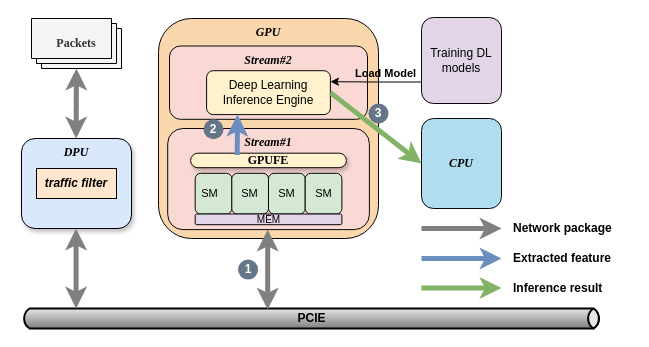
This is GPUpipe.drawio from CHRIS123540/GPU, a draw.io file, before an edit. Source tidied: cells renumbered, new cells numbered last; positions are measured from the earlier drawing's top-left corner, leaving out a move shared by most shapes. Both pictures are drawn from the tidied source at 100%, with x=0, y=0 at pixel (21, 17).
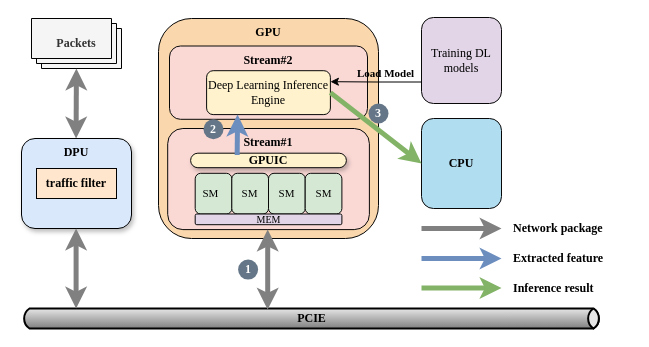
The same diagram, later.

The change refers to these unchanged cells:
```xml
<mxCell id="3" value="Packets" style="verticalLabelPosition=middle;verticalAlign=middle;html=1;shape=mxgraph.basic.layered_rect;dx=10;outlineConnect=0;whiteSpace=wrap;horizontal=1;fontStyle=1;labelPosition=center;align=center;fontFamily=Times New Roman;fillColor=#f5f5f5;fontColor=#333333;strokeColor=#000000;fontSize=12;" parent="2" vertex="1">
  <mxGeometry x="10" y="1" width="90" height="50" as="geometry" />
</mxCell>
```

Change to the diagram source:
```diff
@@
-    <mxCell id="2" style="group;" parent="1" vertex="1">
+    <mxCell id="2" style="group;fontFamily=Times New Roman;fontStyle=0;" parent="1" vertex="1">
       <mxGeometry width="610" height="311" as="geometry" />
     </mxCell>
@@
-    <mxCell id="4" value="&lt;font style=&quot;font-size: 12px;&quot;&gt;PCIE&lt;/font&gt;" style="strokeWidth=2;strokeColor=#000000;dashed=0;align=center;html=1;fontSize=12;shape=mxgraph.eip.messageChannel;fontStyle=1;" parent="2" vertex="1">
+    <mxCell id="4" value="&lt;font style=&quot;font-size: 12px;&quot;&gt;PCIE&lt;/font&gt;" style="strokeWidth=2;strokeColor=#000000;dashed=0;align=center;html=1;fontSize=12;shape=mxgraph.eip.messageChannel;fontStyle=1;fontFamily=Times New Roman;" parent="2" vertex="1">
       <mxGeometry y="291" width="580" height="20" as="geometry" />
     </mxCell>
-    <mxCell id="5" value="Training DL models" style="rounded=1;whiteSpace=wrap;html=1;fillColor=#e1d5e7;strokeColor=#080808;fontSize=12;fontStyle=0;" parent="2" vertex="1">
+    <mxCell id="5" value="Training DL models" style="rounded=1;whiteSpace=wrap;html=1;fillColor=#e1d5e7;strokeColor=#080808;fontSize=12;fontStyle=0;fontFamily=Times New Roman;" parent="2" vertex="1">
       <mxGeometry x="400" width="80" height="86" as="geometry" />
     </mxCell>
-    <mxCell id="6" value="Network package" style="text;whiteSpace=wrap;verticalAlign=middle;fontSize=12;fontStyle=1;" parent="2" vertex="1">
+    <mxCell id="6" value="Network package" style="text;whiteSpace=wrap;verticalAlign=middle;fontSize=12;fontStyle=1;fontFamily=Times New Roman;" parent="2" vertex="1">
       <mxGeometry x="490" y="201" width="120" height="20" as="geometry" />
     </mxCell>
-    <mxCell id="7" value="Extracted feature" style="text;whiteSpace=wrap;verticalAlign=middle;fontSize=12;fontStyle=1;" parent="2" vertex="1">
+    <mxCell id="7" value="Extracted feature" style="text;whiteSpace=wrap;verticalAlign=middle;fontSize=12;fontStyle=1;fontFamily=Times New Roman;" parent="2" vertex="1">
       <mxGeometry x="490" y="231" width="120" height="20" as="geometry" />
     </mxCell>
-    <mxCell id="8" value="Inference result" style="text;whiteSpace=wrap;verticalAlign=middle;fontSize=12;fontStyle=1;" parent="2" vertex="1">
+    <mxCell id="8" value="Inference result" style="text;whiteSpace=wrap;verticalAlign=middle;fontSize=12;fontStyle=1;fontFamily=Times New Roman;" parent="2" vertex="1">
       <mxGeometry x="490" y="261" width="120" height="20" as="geometry" />
     </mxCell>
-    <mxCell id="9" style="endArrow=classic;html=1;rounded=0;endFill=1;endSize=6;fillColor=#dae8fc;strokeColor=#6c8ebf;strokeWidth=5;fontSize=12;fontStyle=1;" parent="2" edge="1">
+    <mxCell id="9" style="endArrow=classic;html=1;rounded=0;endFill=1;endSize=6;fillColor=#dae8fc;strokeColor=#6c8ebf;strokeWidth=5;fontSize=12;fontStyle=1;fontFamily=Times New Roman;" parent="2" edge="1">
       <mxGeometry relative="1" as="geometry">
         <mxPoint x="400" y="241" as="sourcePoint" />
         <mxPoint x="480" y="241" as="targetPoint" />
       </mxGeometry>
     </mxCell>
-    <mxCell id="10" style="endArrow=classic;html=1;rounded=0;endFill=1;endSize=6;fillColor=#f0a30a;strokeColor=#808080;strokeWidth=5;fontSize=12;fontStyle=1;" parent="2" edge="1">
+    <mxCell id="10" style="endArrow=classic;html=1;rounded=0;endFill=1;endSize=6;fillColor=#f0a30a;strokeColor=#808080;strokeWidth=5;fontSize=12;fontStyle=1;fontFamily=Times New Roman;" parent="2" edge="1">
       <mxGeometry relative="1" as="geometry">
         <mxPoint x="400" y="211" as="sourcePoint" />
         <mxPoint x="480" y="211" as="targetPoint" />
       </mxGeometry>
     </mxCell>
-    <mxCell id="11" style="endArrow=classic;html=1;rounded=0;endFill=1;endSize=6;fillColor=#d5e8d4;strokeColor=#82b366;strokeWidth=5;fontSize=12;fontStyle=1;" parent="2" edge="1">
+    <mxCell id="11" style="endArrow=classic;html=1;rounded=0;endFill=1;endSize=6;fillColor=#d5e8d4;strokeColor=#82b366;strokeWidth=5;fontSize=12;fontStyle=1;fontFamily=Times New Roman;" parent="2" edge="1">
       <mxGeometry relative="1" as="geometry">
         <mxPoint x="400" y="270.5" as="sourcePoint" />
         <mxPoint x="480" y="270.5" as="targetPoint" />
       </mxGeometry>
     </mxCell>
-    <mxCell id="12" style="endArrow=classic;html=1;rounded=0;endFill=1;endSize=6;fillColor=#f0a30a;strokeColor=#808080;strokeWidth=5;startArrow=classic;startFill=1;fontSize=12;fontStyle=1;" parent="2" edge="1" source="3">
+    <mxCell id="12" style="endArrow=classic;html=1;rounded=0;endFill=1;endSize=6;fillColor=#f0a30a;strokeColor=#808080;strokeWidth=5;startArrow=classic;startFill=1;fontSize=12;fontStyle=1;fontFamily=Times New Roman;" parent="2" edge="1" source="3">
       <mxGeometry relative="1" as="geometry">
         <mxPoint x="54.6" y="121" as="targetPoint" />
       </mxGeometry>
     </mxCell>
-    <mxCell id="13" value="CPU" style="rounded=1;whiteSpace=wrap;html=1;fillColor=#b1ddf0;strokeColor=#080808;fontFamily=Times New Roman;fontStyle=3;labelPosition=center;verticalLabelPosition=middle;align=center;verticalAlign=middle;fontSize=12;" parent="2" vertex="1">
+    <mxCell id="13" value="CPU" style="rounded=1;whiteSpace=wrap;html=1;fillColor=#b1ddf0;strokeColor=#080808;fontFamily=Times New Roman;fontStyle=1;labelPosition=center;verticalLabelPosition=middle;align=center;verticalAlign=middle;fontSize=12;" parent="2" vertex="1">
       <mxGeometry x="400" y="101" width="80" height="90" as="geometry" />
     </mxCell>
-    <mxCell id="14" value="DPU" style="rounded=1;whiteSpace=wrap;html=1;fontStyle=3;fontFamily=Times New Roman;labelBackgroundColor=none;labelBorderColor=none;verticalAlign=top;fillColor=#dae8fc;strokeColor=#000000;shadow=1;fontSize=12;" parent="2" vertex="1">
+    <mxCell id="14" value="DPU" style="rounded=1;whiteSpace=wrap;html=1;fontStyle=1;fontFamily=Times New Roman;labelBackgroundColor=none;labelBorderColor=none;verticalAlign=top;fillColor=#dae8fc;strokeColor=#000000;shadow=1;fontSize=12;" parent="2" vertex="1">
       <mxGeometry y="121" width="110" height="90" as="geometry" />
     </mxCell>
-    <mxCell id="15" value="traffic filter" style="rounded=0;whiteSpace=wrap;html=1;fillColor=#ffe6cc;strokeColor=#000000;fontSize=12;fontStyle=3;" parent="2" vertex="1">
+    <mxCell id="15" value="traffic filter" style="rounded=0;whiteSpace=wrap;html=1;fillColor=#ffe6cc;strokeColor=#000000;fontSize=12;fontStyle=1;fontFamily=Times New Roman;" parent="2" vertex="1">
       <mxGeometry x="15" y="151" width="80" height="30" as="geometry" />
     </mxCell>
-    <mxCell id="16" style="group;fontSize=12;fontStyle=2;" parent="2" vertex="1">
+    <mxCell id="16" style="group;fontSize=12;fontStyle=0;fontFamily=Times New Roman;" parent="2" vertex="1">
       <mxGeometry x="137" y="1" width="220" height="261.1" as="geometry" />
     </mxCell>
-    <mxCell id="17" value="GPU&lt;br style=&quot;font-size: 12px;&quot;&gt;" style="rounded=1;whiteSpace=wrap;html=1;fillColor=#fad7ac;strokeColor=#080808;verticalAlign=top;fontFamily=Times New Roman;fontStyle=3;fontSize=12;" parent="16" vertex="1">
+    <mxCell id="17" value="GPU&lt;br style=&quot;font-size: 12px;&quot;&gt;" style="rounded=1;whiteSpace=wrap;html=1;fillColor=#fad7ac;strokeColor=#080808;verticalAlign=top;fontFamily=Times New Roman;fontStyle=1;fontSize=12;" parent="16" vertex="1">
       <mxGeometry width="220" height="220" as="geometry" />
     </mxCell>
-    <mxCell id="18" value="Stream#1" style="rounded=1;whiteSpace=wrap;html=1;fillColor=#fad9d5;strokeColor=#080808;verticalAlign=top;fontFamily=Times New Roman;fontStyle=3;fontSize=12;" parent="16" vertex="1">
+    <mxCell id="18" value="Stream#1" style="rounded=1;whiteSpace=wrap;html=1;fillColor=#fad9d5;strokeColor=#080808;verticalAlign=top;fontFamily=Times New Roman;fontStyle=1;fontSize=12;" parent="16" vertex="1">
       <mxGeometry x="9.2" y="110" width="201.7" height="101.1" as="geometry" />
     </mxCell>
-    <mxCell id="19" value="GPUFE" style="rounded=1;whiteSpace=wrap;html=1;arcSize=50;fillColor=#fff2cc;strokeColor=#080808;shadow=1;fillStyle=auto;fontFamily=Times New Roman;fontStyle=1;fontSize=12;" parent="16" vertex="1">
+    <mxCell id="19" value="GPUIC" style="rounded=1;whiteSpace=wrap;html=1;arcSize=50;fillColor=#fff2cc;strokeColor=#080808;shadow=1;fillStyle=auto;fontFamily=Times New Roman;fontStyle=1;fontSize=12;" parent="16" vertex="1">
       <mxGeometry x="32.1" y="134.7" width="155.8" height="14.5" as="geometry" />
     </mxCell>
-    <mxCell id="20" value="SM&lt;span style=&quot;white-space: pre; font-size: 11px;&quot;&gt;&#9;&lt;/span&gt;" style="rounded=1;whiteSpace=wrap;html=1;fillColor=#d5e8d4;strokeColor=#080808;fontStyle=0;fontSize=11;" parent="16" vertex="1">
+    <mxCell id="20" value="SM&lt;span style=&quot;white-space: pre; font-size: 11px;&quot;&gt;&#9;&lt;/span&gt;" style="rounded=1;whiteSpace=wrap;html=1;fillColor=#d5e8d4;strokeColor=#080808;fontStyle=0;fontSize=11;fontFamily=Times New Roman;" parent="16" vertex="1">
       <mxGeometry x="36.7" y="154.8" width="36.7" height="40.7" as="geometry" />
     </mxCell>
-    <mxCell id="21" value="SM" style="rounded=1;whiteSpace=wrap;html=1;fillColor=#d5e8d4;strokeColor=#080808;fontStyle=0;fontSize=11;" parent="16" vertex="1">
+    <mxCell id="21" value="SM" style="rounded=1;whiteSpace=wrap;html=1;fillColor=#d5e8d4;strokeColor=#080808;fontStyle=0;fontSize=11;fontFamily=Times New Roman;" parent="16" vertex="1">
       <mxGeometry x="73.3" y="154.8" width="36.7" height="40.7" as="geometry" />
     </mxCell>
-    <mxCell id="22" value="SM" style="rounded=1;whiteSpace=wrap;html=1;fillColor=#d5e8d4;strokeColor=#080808;fontStyle=0;fontSize=11;" parent="16" vertex="1">
+    <mxCell id="22" value="SM" style="rounded=1;whiteSpace=wrap;html=1;fillColor=#d5e8d4;strokeColor=#080808;fontStyle=0;fontSize=11;fontFamily=Times New Roman;" parent="16" vertex="1">
       <mxGeometry x="110" y="154.8" width="36.7" height="40.7" as="geometry" />
     </mxCell>
-    <mxCell id="23" value="SM" style="rounded=1;whiteSpace=wrap;html=1;fillColor=#d5e8d4;strokeColor=#080808;fontStyle=0;fontSize=11;" parent="16" vertex="1">
+    <mxCell id="23" value="SM" style="rounded=1;whiteSpace=wrap;html=1;fillColor=#d5e8d4;strokeColor=#080808;fontStyle=0;fontSize=11;fontFamily=Times New Roman;" parent="16" vertex="1">
       <mxGeometry x="146.7" y="154.8" width="36.7" height="40.7" as="geometry" />
     </mxCell>
-    <mxCell id="24" value="MEM" style="rounded=1;whiteSpace=wrap;html=1;fillColor=#e1d5e7;strokeColor=#080808;fontStyle=0;fontSize=10;" parent="16" vertex="1">
+    <mxCell id="24" value="MEM" style="rounded=1;whiteSpace=wrap;html=1;fillColor=#e1d5e7;strokeColor=#080808;fontStyle=0;fontSize=10;fontFamily=Times New Roman;" parent="16" vertex="1">
       <mxGeometry x="36.7" y="195.5" width="146.7" height="10.7" as="geometry" />
     </mxCell>
-    <mxCell id="25" value="Stream#2" style="rounded=1;whiteSpace=wrap;html=1;fillColor=#fad9d5;strokeColor=#080808;verticalAlign=top;fontFamily=Times New Roman;fontStyle=3;fontSize=12;" parent="16" vertex="1">
+    <mxCell id="25" value="Stream#2" style="rounded=1;whiteSpace=wrap;html=1;fillColor=#fad9d5;strokeColor=#080808;verticalAlign=top;fontFamily=Times New Roman;fontStyle=1;fontSize=12;" parent="16" vertex="1">
       <mxGeometry x="11" y="27.5" width="198" height="73.3" as="geometry" />
     </mxCell>
-    <mxCell id="26" value="Deep Learning Inference Engine" style="rounded=1;whiteSpace=wrap;html=1;fillColor=#fff2cc;strokeColor=#080808;fontSize=12;fontStyle=0;" parent="16" vertex="1">
+    <mxCell id="26" value="Deep Learning Inference Engine" style="rounded=1;whiteSpace=wrap;html=1;fillColor=#fff2cc;strokeColor=#080808;fontSize=12;fontStyle=0;fontFamily=Times New Roman;" parent="16" vertex="1">
       <mxGeometry x="48.1" y="52.2" width="123.8" height="43.9" as="geometry" />
     </mxCell>
-    <mxCell id="27" style="endArrow=classic;html=1;rounded=0;endFill=1;endSize=6;fillColor=#dae8fc;strokeColor=#6c8ebf;strokeWidth=5;entryX=0.25;entryY=1;entryDx=0;entryDy=0;exitX=0.299;exitY=0.125;exitDx=0;exitDy=0;fontSize=12;fontStyle=1;exitPerimeter=0;" parent="16" edge="1" source="19" target="26">
+    <mxCell id="27" style="endArrow=classic;html=1;rounded=0;endFill=1;endSize=6;fillColor=#dae8fc;strokeColor=#6c8ebf;strokeWidth=5;entryX=0.25;entryY=1;entryDx=0;entryDy=0;exitX=0.299;exitY=0.125;exitDx=0;exitDy=0;fontSize=12;fontStyle=1;exitPerimeter=0;fontFamily=Times New Roman;" parent="16" edge="1" source="19" target="26">
       <mxGeometry relative="1" as="geometry" />
     </mxCell>
-    <mxCell id="28" value="2" style="ellipse;whiteSpace=wrap;html=1;fillColor=#647687;strokeColor=none;fontColor=#ffffff;fontSize=12;fontStyle=1;" parent="16" vertex="1">
+    <mxCell id="28" value="2" style="ellipse;whiteSpace=wrap;html=1;fillColor=#647687;strokeColor=none;fontColor=#ffffff;fontSize=12;fontStyle=1;fontFamily=Times New Roman;" parent="16" vertex="1">
       <mxGeometry x="45" y="100.8" width="20" height="20" as="geometry" />
     </mxCell>
-    <mxCell id="29" value="1" style="ellipse;whiteSpace=wrap;html=1;fillColor=#647687;strokeColor=none;fontColor=#ffffff;fontSize=12;fontStyle=1;" parent="16" vertex="1">
+    <mxCell id="29" value="1" style="ellipse;whiteSpace=wrap;html=1;fillColor=#647687;strokeColor=none;fontColor=#ffffff;fontSize=12;fontStyle=1;fontFamily=Times New Roman;" parent="16" vertex="1">
       <mxGeometry x="79.6" y="241.1" width="20" height="20" as="geometry" />
     </mxCell>
-    <mxCell id="30" style="endArrow=classic;html=1;rounded=0;endFill=1;endSize=6;fillColor=#f0a30a;strokeColor=#808080;strokeWidth=5;exitX=0;exitY=0;exitDx=210;exitDy=0;exitPerimeter=0;startArrow=classic;startFill=1;fontSize=12;fontStyle=1;" parent="16" edge="1">
+    <mxCell id="30" style="endArrow=classic;html=1;rounded=0;endFill=1;endSize=6;fillColor=#f0a30a;strokeColor=#808080;strokeWidth=5;exitX=0;exitY=0;exitDx=210;exitDy=0;exitPerimeter=0;startArrow=classic;startFill=1;fontSize=12;fontStyle=1;fontFamily=Times New Roman;" parent="16" edge="1">
       <mxGeometry relative="1" as="geometry">
         <mxPoint x="109.2" y="291.1" as="sourcePoint" />
         <mxPoint x="109.2" y="211.1" as="targetPoint" />
       </mxGeometry>
     </mxCell>
-    <mxCell id="31" style="endArrow=classic;html=1;rounded=0;endFill=1;endSize=6;fillColor=#f0a30a;strokeColor=#808080;strokeWidth=5;exitX=0;exitY=0;exitDx=210;exitDy=0;exitPerimeter=0;startArrow=classic;startFill=1;fontSize=12;fontStyle=1;" parent="2" edge="1">
+    <mxCell id="31" style="endArrow=classic;html=1;rounded=0;endFill=1;endSize=6;fillColor=#f0a30a;strokeColor=#808080;strokeWidth=5;exitX=0;exitY=0;exitDx=210;exitDy=0;exitPerimeter=0;startArrow=classic;startFill=1;fontSize=12;fontStyle=1;fontFamily=Times New Roman;" parent="2" edge="1">
       <mxGeometry relative="1" as="geometry">
         <mxPoint x="54.6" y="291" as="sourcePoint" />
         <mxPoint x="54.6" y="211" as="targetPoint" />
       </mxGeometry>
     </mxCell>
-    <mxCell id="32" style="endArrow=classic;html=1;rounded=0;endFill=1;endSize=6;fillColor=#d5e8d4;strokeColor=#82b366;strokeWidth=5;entryX=0;entryY=0.5;entryDx=0;entryDy=0;exitX=1;exitY=0.5;exitDx=0;exitDy=0;fontSize=12;fontStyle=1;" parent="2" edge="1" source="26" target="13">
+    <mxCell id="32" style="endArrow=classic;html=1;rounded=0;endFill=1;endSize=6;fillColor=#d5e8d4;strokeColor=#82b366;strokeWidth=5;entryX=0;entryY=0.5;entryDx=0;entryDy=0;exitX=1;exitY=0.5;exitDx=0;exitDy=0;fontSize=12;fontStyle=1;fontFamily=Times New Roman;" parent="2" edge="1" source="26" target="13">
       <mxGeometry relative="1" as="geometry" />
     </mxCell>
-    <mxCell id="33" style="edgeStyle=orthogonalEdgeStyle;rounded=0;jettySize=auto;html=1;exitX=0;exitY=0.75;exitDx=0;exitDy=0;entryX=1;entryY=0.25;entryDx=0;entryDy=0;fontSize=12;fontStyle=1;" parent="2" edge="1" source="5" target="26">
+    <mxCell id="33" style="edgeStyle=orthogonalEdgeStyle;rounded=0;jettySize=auto;html=1;exitX=0;exitY=0.75;exitDx=0;exitDy=0;entryX=1;entryY=0.25;entryDx=0;entryDy=0;fontSize=12;fontStyle=1;fontFamily=Times New Roman;" parent="2" edge="1" source="5" target="26">
       <mxGeometry relative="1" as="geometry" />
     </mxCell>
-    <mxCell id="34" value="Load Model" style="edgeLabel;html=1;align=center;verticalAlign=bottom;labelBackgroundColor=none;fontStyle=1;fontSize=11;" parent="33" vertex="1">
+    <mxCell id="34" value="Load Model" style="edgeLabel;html=1;align=center;verticalAlign=bottom;labelBackgroundColor=none;fontStyle=1;fontSize=11;fontFamily=Times New Roman;" parent="33" vertex="1">
       <mxGeometry x="-0.2" y="-1" relative="1" as="geometry" />
     </mxCell>
-    <mxCell id="35" value="3" style="ellipse;whiteSpace=wrap;html=1;fillColor=#647687;strokeColor=none;fontColor=#ffffff;fontSize=12;fontStyle=1;" parent="2" vertex="1">
+    <mxCell id="35" value="3" style="ellipse;whiteSpace=wrap;html=1;fillColor=#647687;strokeColor=none;fontColor=#ffffff;fontSize=12;fontStyle=1;fontFamily=Times New Roman;" parent="2" vertex="1">
       <mxGeometry x="347" y="86" width="20" height="20" as="geometry" />
     </mxCell>
```
